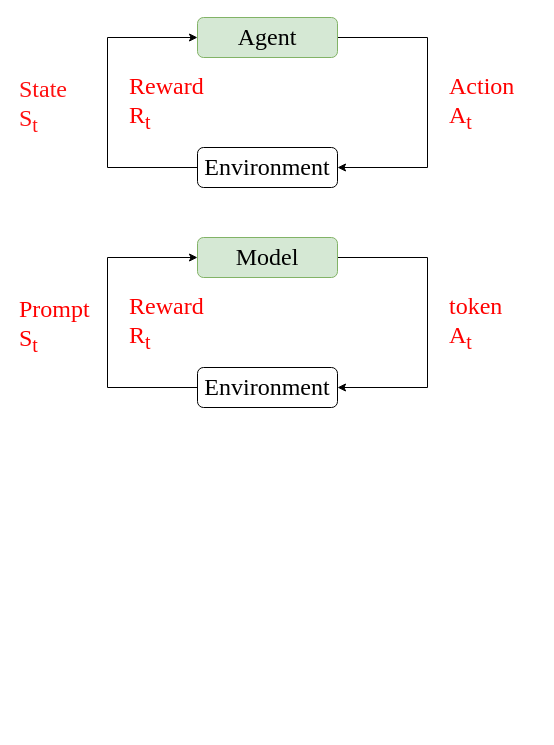
The draw.io diagram 未命名绘图.drawio in bozhao-li/hello-world, before the edit. Source tidied: cells renumbered, new cells numbered last; positions are measured from the earlier drawing's top-left corner, leaving out a move shared by most shapes. Both pictures are drawn from the tidied source at 100%, with x=0, y=0 at pixel (17, 17).
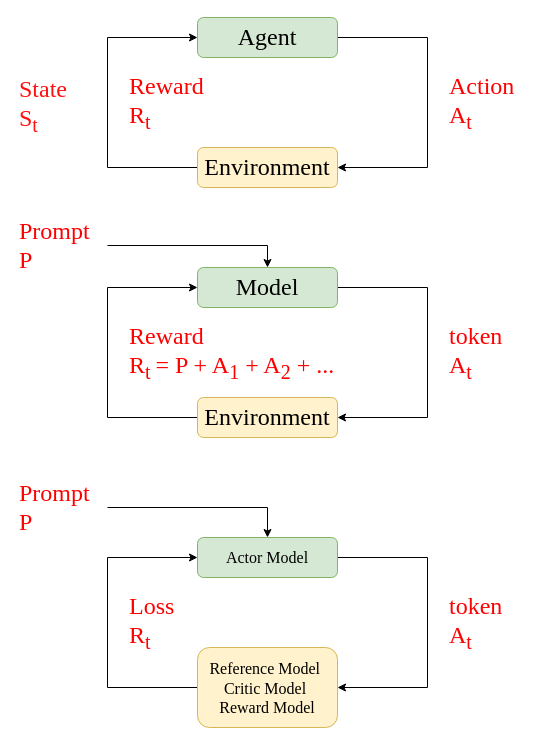
After the change.

The edit, as a diff of the source:
```diff
@@
-    <mxCell id="5" value="&lt;font style=&quot;font-size: 24px;&quot; face=&quot;Times New Roman&quot;&gt;Environment&lt;/font&gt;" style="rounded=1;whiteSpace=wrap;html=1;" parent="1" vertex="1">
+    <mxCell id="5" value="&lt;font style=&quot;font-size: 24px;&quot; face=&quot;Times New Roman&quot;&gt;Environment&lt;/font&gt;" style="rounded=1;whiteSpace=wrap;html=1;fillColor=#fff2cc;strokeColor=#d6b656;" parent="1" vertex="1">
       <mxGeometry x="180" y="130" width="140" height="40" as="geometry" />
     </mxCell>
@@
     <mxCell id="9" style="edgeStyle=orthogonalEdgeStyle;rounded=0;jettySize=auto;html=1;exitX=1;exitY=0.5;exitDx=0;exitDy=0;entryX=1;entryY=0.5;entryDx=0;entryDy=0;" parent="1" edge="1" source="10" target="12">
       <mxGeometry relative="1" as="geometry">
         <Array as="points">
-          <mxPoint x="410" y="240" />
-          <mxPoint x="410" y="370" />
+          <mxPoint x="410" y="270" />
+          <mxPoint x="410" y="400" />
         </Array>
       </mxGeometry>
     </mxCell>
     <mxCell id="10" value="&lt;font style=&quot;font-size: 24px;&quot; face=&quot;Times New Roman&quot;&gt;Model&lt;/font&gt;" style="rounded=1;whiteSpace=wrap;html=1;fillColor=#d5e8d4;strokeColor=#82b366;" parent="1" vertex="1">
-      <mxGeometry x="180" y="220" width="140" height="40" as="geometry" />
+      <mxGeometry x="180" y="250" width="140" height="40" as="geometry" />
     </mxCell>
     <mxCell id="11" style="edgeStyle=orthogonalEdgeStyle;rounded=0;jettySize=auto;html=1;exitX=0;exitY=0.5;exitDx=0;exitDy=0;entryX=0;entryY=0.5;entryDx=0;entryDy=0;" parent="1" edge="1" source="12" target="10">
       <mxGeometry relative="1" as="geometry">
         <Array as="points">
-          <mxPoint x="90" y="370" />
-          <mxPoint x="90" y="240" />
+          <mxPoint x="90" y="400" />
+          <mxPoint x="90" y="270" />
         </Array>
       </mxGeometry>
     </mxCell>
-    <mxCell id="12" value="&lt;font style=&quot;font-size: 24px;&quot; face=&quot;Times New Roman&quot;&gt;Environment&lt;/font&gt;" style="rounded=1;whiteSpace=wrap;html=1;" parent="1" vertex="1">
-      <mxGeometry x="180" y="350" width="140" height="40" as="geometry" />
+    <mxCell id="12" value="&lt;font style=&quot;font-size: 24px;&quot; face=&quot;Times New Roman&quot;&gt;Environment&lt;/font&gt;" style="rounded=1;whiteSpace=wrap;html=1;fillColor=#fff2cc;strokeColor=#d6b656;" parent="1" vertex="1">
+      <mxGeometry x="180" y="380" width="140" height="40" as="geometry" />
     </mxCell>
     <mxCell id="13" value="&lt;font face=&quot;Times New Roman&quot; style=&quot;font-size: 24px; color: light-dark(rgb(255, 0, 0), rgb(237, 237, 237));&quot;&gt;token&lt;/font&gt;&lt;div&gt;&lt;font face=&quot;Times New Roman&quot; style=&quot;font-size: 24px; color: light-dark(rgb(255, 0, 0), rgb(237, 237, 237));&quot;&gt;A&lt;sub&gt;t&lt;/sub&gt;&lt;/font&gt;&lt;/div&gt;" style="text;html=1;align=left;verticalAlign=middle;whiteSpace=wrap;rounded=0;" parent="1" vertex="1">
-      <mxGeometry x="430" y="260" width="90" height="90" as="geometry" />
+      <mxGeometry x="430" y="290" width="90" height="90" as="geometry" />
     </mxCell>
-    <mxCell id="14" value="&lt;font style=&quot;font-size: 24px;&quot; face=&quot;Times New Roman&quot;&gt;Reward&lt;/font&gt;&lt;div&gt;&lt;font style=&quot;font-size: 24px;&quot; face=&quot;Times New Roman&quot;&gt;R&lt;sub&gt;t&lt;/sub&gt;&lt;/font&gt;&lt;/div&gt;" style="text;html=1;align=left;verticalAlign=middle;whiteSpace=wrap;rounded=0;fontColor=light-dark(#ff0000, #ededed);" parent="1" vertex="1">
-      <mxGeometry x="110" y="262.5" width="90" height="85" as="geometry" />
+    <mxCell id="14" value="&lt;font style=&quot;font-size: 24px;&quot; face=&quot;Times New Roman&quot;&gt;Reward&lt;/font&gt;&lt;div&gt;&lt;font style=&quot;font-size: 24px;&quot; face=&quot;Times New Roman&quot;&gt;R&lt;sub&gt;t&amp;nbsp;&lt;/sub&gt;= P + A&lt;sub&gt;1&lt;/sub&gt; + A&lt;sub&gt;2&lt;/sub&gt; + ...&lt;/font&gt;&lt;/div&gt;" style="text;html=1;align=left;verticalAlign=middle;whiteSpace=wrap;rounded=0;fontColor=light-dark(#ff0000, #ededed);" parent="1" vertex="1">
+      <mxGeometry x="110" y="292.5" width="220" height="85" as="geometry" />
     </mxCell>
+    <mxCell id="16" style="edgeStyle=orthogonalEdgeStyle;rounded=0;jettySize=auto;html=1;exitX=1;exitY=0.5;exitDx=0;exitDy=0;entryX=0.5;entryY=0;entryDx=0;entryDy=0;" parent="1" edge="1" source="15" target="10">
+      <mxGeometry relative="1" as="geometry" />
+    </mxCell>
-    <mxCell id="15" value="&lt;font face=&quot;Times New Roman&quot;&gt;&lt;span style=&quot;font-size: 24px;&quot;&gt;Prompt&lt;/span&gt;&lt;/font&gt;&lt;div&gt;&lt;font face=&quot;Times New Roman&quot;&gt;&lt;span style=&quot;font-size: 24px;&quot;&gt;S&lt;sub&gt;t&lt;/sub&gt;&lt;/span&gt;&lt;/font&gt;&lt;/div&gt;" style="text;html=1;align=left;verticalAlign=middle;whiteSpace=wrap;rounded=0;fontColor=light-dark(#ff0000, #ededed);" parent="1" vertex="1">
-      <mxGeometry y="262.5" width="90" height="90" as="geometry" />
+    <mxCell id="15" value="&lt;font face=&quot;Times New Roman&quot;&gt;&lt;span style=&quot;font-size: 24px;&quot;&gt;Prompt P&lt;/span&gt;&lt;/font&gt;" style="text;html=1;align=left;verticalAlign=middle;whiteSpace=wrap;rounded=0;fontColor=light-dark(#ff0000, #ededed);" parent="1" vertex="1">
+      <mxGeometry y="198" width="90" height="60" as="geometry" />
     </mxCell>
+    <mxCell id="17" style="edgeStyle=orthogonalEdgeStyle;rounded=0;jettySize=auto;html=1;exitX=1;exitY=0.5;exitDx=0;exitDy=0;entryX=1;entryY=0.5;entryDx=0;entryDy=0;" parent="1" edge="1" source="18" target="20">
+      <mxGeometry relative="1" as="geometry">
+        <Array as="points">
+          <mxPoint x="410" y="540" />
+          <mxPoint x="410" y="670" />
+        </Array>
+      </mxGeometry>
+    </mxCell>
+    <mxCell id="18" value="&lt;font style=&quot;font-size: 16px;&quot; face=&quot;Times New Roman&quot;&gt;Actor Model&lt;/font&gt;" style="rounded=1;whiteSpace=wrap;html=1;fillColor=#d5e8d4;strokeColor=#82b366;" parent="1" vertex="1">
+      <mxGeometry x="180" y="520" width="140" height="40" as="geometry" />
+    </mxCell>
+    <mxCell id="19" style="edgeStyle=orthogonalEdgeStyle;rounded=0;jettySize=auto;html=1;exitX=0;exitY=0.5;exitDx=0;exitDy=0;entryX=0;entryY=0.5;entryDx=0;entryDy=0;" parent="1" edge="1" source="20" target="18">
+      <mxGeometry relative="1" as="geometry">
+        <Array as="points">
+          <mxPoint x="90" y="670" />
+          <mxPoint x="90" y="540" />
+        </Array>
+      </mxGeometry>
+    </mxCell>
+    <mxCell id="20" value="&lt;font style=&quot;font-size: 16px;&quot; face=&quot;Times New Roman&quot;&gt;Reference Model&lt;/font&gt;&lt;font style=&quot;font-size: 18px;&quot; face=&quot;Times New Roman&quot;&gt;&amp;nbsp;&lt;/font&gt;&lt;div&gt;&lt;font size=&quot;3&quot; face=&quot;Times New Roman&quot;&gt;Critic Model&amp;nbsp;&lt;/font&gt;&lt;/div&gt;&lt;div&gt;&lt;font size=&quot;3&quot; face=&quot;Times New Roman&quot;&gt;Reward Model&lt;/font&gt;&lt;/div&gt;" style="rounded=1;whiteSpace=wrap;html=1;fillColor=#fff2cc;strokeColor=#d6b656;" parent="1" vertex="1">
+      <mxGeometry x="180" y="630" width="140" height="80" as="geometry" />
+    </mxCell>
+    <mxCell id="21" value="&lt;font face=&quot;Times New Roman&quot; style=&quot;font-size: 24px; color: light-dark(rgb(255, 0, 0), rgb(237, 237, 237));&quot;&gt;token&lt;/font&gt;&lt;div&gt;&lt;font face=&quot;Times New Roman&quot; style=&quot;font-size: 24px; color: light-dark(rgb(255, 0, 0), rgb(237, 237, 237));&quot;&gt;A&lt;sub&gt;t&lt;/sub&gt;&lt;/font&gt;&lt;/div&gt;" style="text;html=1;align=left;verticalAlign=middle;whiteSpace=wrap;rounded=0;" parent="1" vertex="1">
+      <mxGeometry x="430" y="560" width="90" height="90" as="geometry" />
+    </mxCell>
+    <mxCell id="22" value="&lt;font style=&quot;font-size: 24px;&quot; face=&quot;Times New Roman&quot;&gt;Loss&lt;/font&gt;&lt;div&gt;&lt;font style=&quot;font-size: 24px;&quot; face=&quot;Times New Roman&quot;&gt;R&lt;sub&gt;t&lt;/sub&gt;&lt;/font&gt;&lt;/div&gt;" style="text;html=1;align=left;verticalAlign=middle;whiteSpace=wrap;rounded=0;fontColor=light-dark(#ff0000, #ededed);" parent="1" vertex="1">
+      <mxGeometry x="110" y="562.5" width="90" height="85" as="geometry" />
+    </mxCell>
+    <mxCell id="23" style="edgeStyle=orthogonalEdgeStyle;rounded=0;jettySize=auto;html=1;exitX=1;exitY=0.5;exitDx=0;exitDy=0;entryX=0.5;entryY=0;entryDx=0;entryDy=0;" parent="1" edge="1" source="24" target="18">
+      <mxGeometry relative="1" as="geometry" />
+    </mxCell>
+    <mxCell id="24" value="&lt;font face=&quot;Times New Roman&quot;&gt;&lt;span style=&quot;font-size: 24px;&quot;&gt;Prompt&lt;/span&gt;&lt;/font&gt;&lt;div&gt;&lt;font face=&quot;Times New Roman&quot;&gt;&lt;span style=&quot;font-size: 24px;&quot;&gt;P&lt;/span&gt;&lt;/font&gt;&lt;/div&gt;" style="text;html=1;align=left;verticalAlign=middle;whiteSpace=wrap;rounded=0;fontColor=light-dark(#ff0000, #ededed);" parent="1" vertex="1">
+      <mxGeometry y="460" width="90" height="60" as="geometry" />
+    </mxCell>
```
